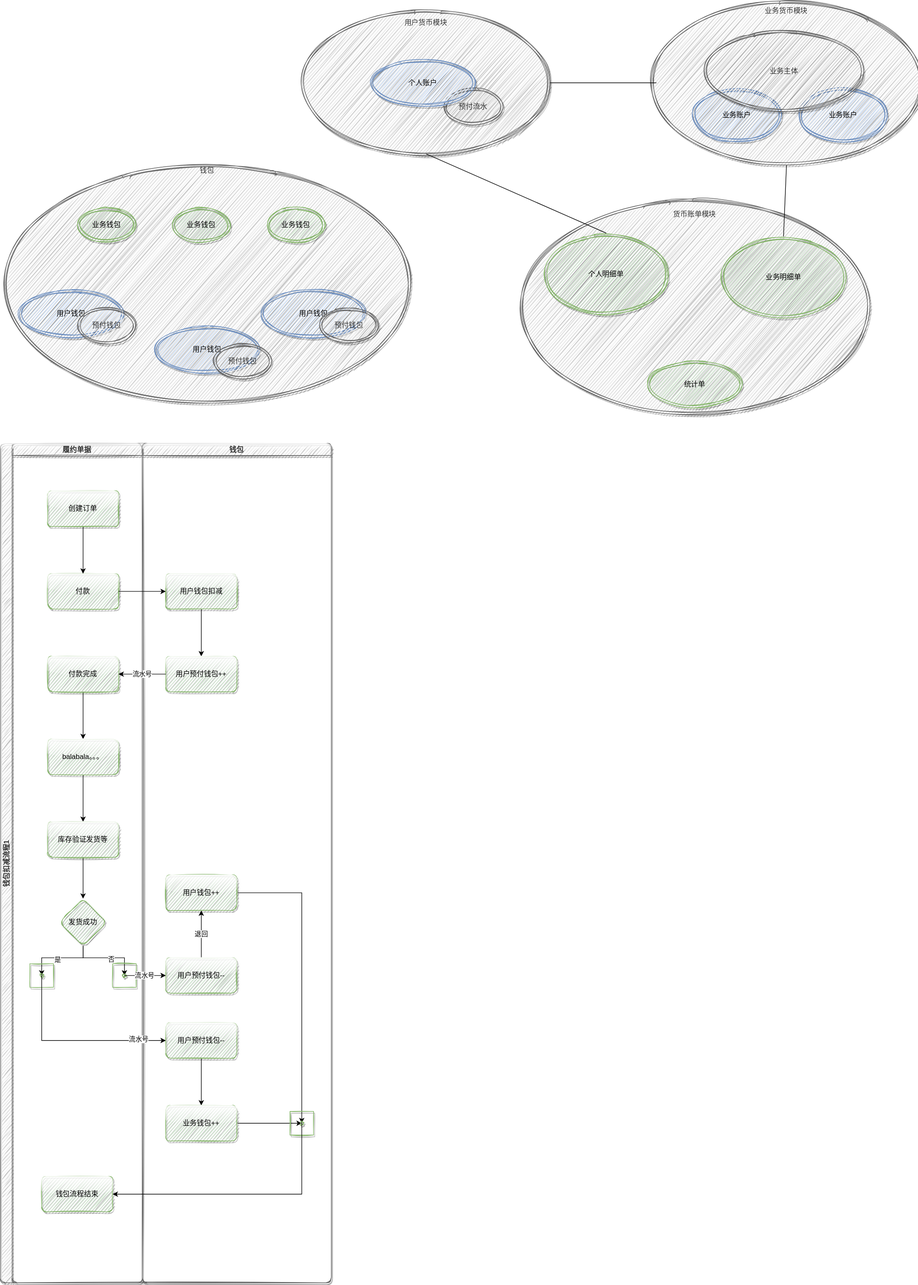
fsdmp/diagrams keeps this draw.io diagram as wb_qianbao.drawio.svg. Above is the earlier version. Source tidied: cells renumbered, new cells last; positions are measured from the earlier drawing's top-left corner, leaving out a move shared by most shapes.
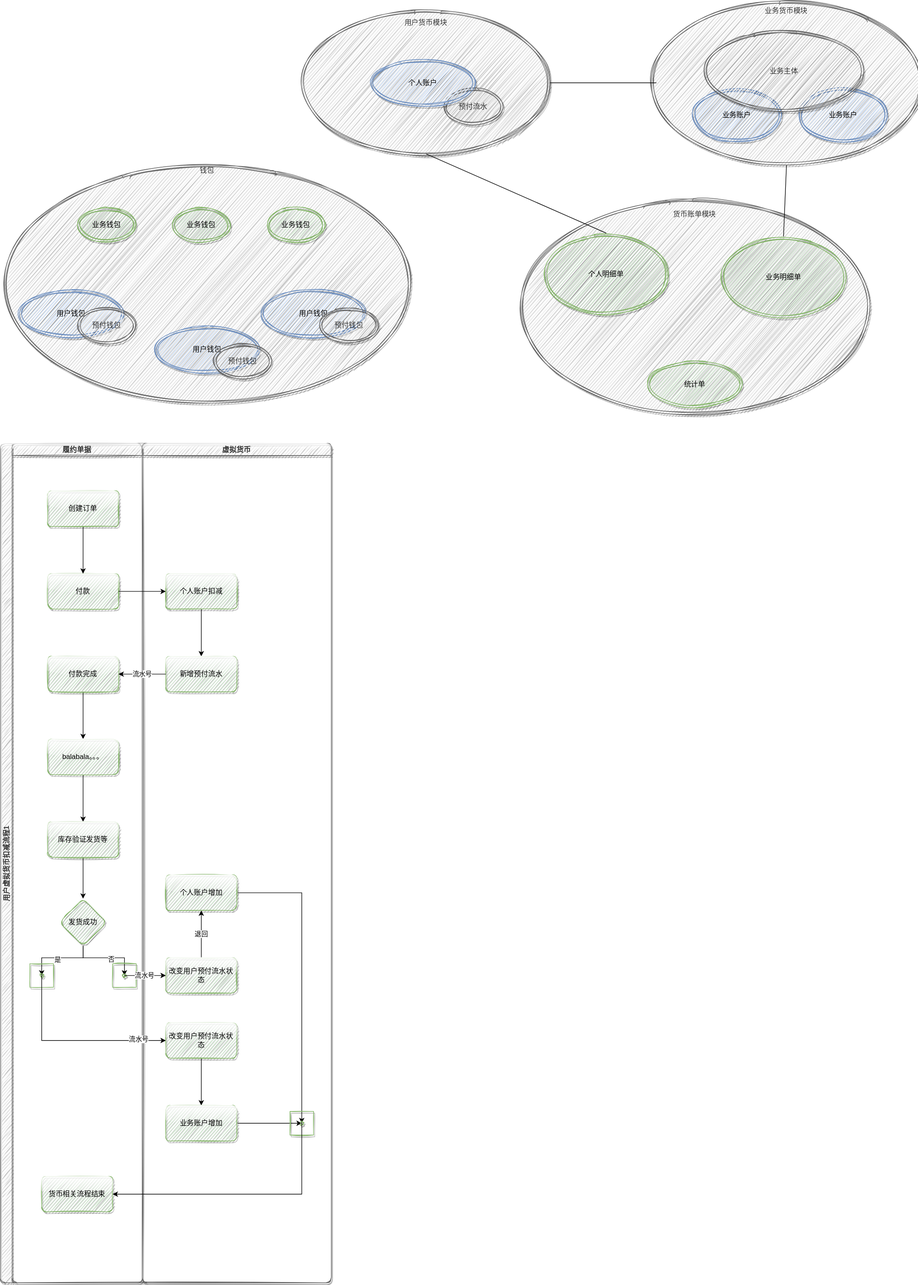
After the change.

What changed in the source:
```diff
@@ -2,7 +2,7 @@
   <root>
     <mxCell id="0" />
     <mxCell id="1" parent="0" />
-    <mxCell id="2" value="钱包扣减流程1" style="swimlane;startSize=20;horizontal=0;rounded=1;shadow=1;sketch=1;glass=1;fillColor=#f5f5f5;strokeColor=#666666;fontColor=#333333;" parent="1" vertex="1">
+    <mxCell id="2" value="用户虚拟货币扣减流程1" style="swimlane;startSize=20;horizontal=0;rounded=1;shadow=1;sketch=1;glass=1;fillColor=#f5f5f5;strokeColor=#666666;fontColor=#333333;" parent="1" vertex="1">
       <mxGeometry y="750" width="560" height="1420" as="geometry" />
     </mxCell>
     <mxCell id="3" value="履约单据" style="swimlane;startSize=20;rounded=1;shadow=1;sketch=1;glass=1;fillColor=#f5f5f5;fontColor=#333333;strokeColor=#666666;" parent="2" vertex="1">
@@ -60,43 +60,43 @@
     <mxCell id="17" style="shape=waypoint;sketch=1;size=6;points=[];fillColor=#d5e8d4;perimeter=centerPerimeter;snapToPoint=1;strokeColor=#82b366;rounded=1;shadow=1;glass=1;" parent="3" vertex="1">
       <mxGeometry x="170" y="880" width="40" height="40" as="geometry" />
     </mxCell>
-    <mxCell id="18" value="钱包流程结束" style="whiteSpace=wrap;html=1;strokeColor=#82b366;sketch=1;rounded=1;shadow=1;glass=1;fillColor=#d5e8d4;" parent="3" vertex="1">
+    <mxCell id="18" value="货币相关流程结束" style="whiteSpace=wrap;html=1;strokeColor=#82b366;sketch=1;rounded=1;shadow=1;glass=1;fillColor=#d5e8d4;" parent="3" vertex="1">
       <mxGeometry x="50" y="1240" width="120" height="60" as="geometry" />
     </mxCell>
-    <mxCell id="19" value="钱包" style="swimlane;startSize=20;fillColor=#f5f5f5;fontColor=#333333;strokeColor=#666666;rounded=1;shadow=1;sketch=1;glass=1;" parent="2" vertex="1">
+    <mxCell id="19" value="虚拟货币" style="swimlane;startSize=20;fillColor=#f5f5f5;fontColor=#333333;strokeColor=#666666;rounded=1;shadow=1;sketch=1;glass=1;" parent="2" vertex="1">
       <mxGeometry x="240" width="320" height="1420" as="geometry" />
     </mxCell>
     <mxCell id="20" style="edgeStyle=orthogonalEdgeStyle;rounded=0;jettySize=auto;html=1;" parent="19" edge="1" source="21" target="22">
       <mxGeometry relative="1" as="geometry" />
     </mxCell>
-    <mxCell id="21" value="用户钱包扣减" style="rounded=1;whiteSpace=wrap;html=1;strokeColor=#82b366;shadow=1;glass=1;sketch=1;fillColor=#d5e8d4;" parent="19" vertex="1">
+    <mxCell id="21" value="个人账户扣减" style="rounded=1;whiteSpace=wrap;html=1;strokeColor=#82b366;shadow=1;glass=1;sketch=1;fillColor=#d5e8d4;" parent="19" vertex="1">
       <mxGeometry x="40" y="220" width="120" height="60" as="geometry" />
     </mxCell>
-    <mxCell id="22" value="用户预付钱包++" style="rounded=1;whiteSpace=wrap;html=1;strokeColor=#82b366;shadow=1;glass=1;sketch=1;fillColor=#d5e8d4;" parent="19" vertex="1">
+    <mxCell id="22" value="新增预付流水" style="rounded=1;whiteSpace=wrap;html=1;strokeColor=#82b366;shadow=1;glass=1;sketch=1;fillColor=#d5e8d4;" parent="19" vertex="1">
       <mxGeometry x="40" y="360" width="120" height="60" as="geometry" />
     </mxCell>
     <mxCell id="23" style="edgeStyle=orthogonalEdgeStyle;rounded=0;jettySize=auto;html=1;" parent="19" edge="1" source="24" target="26">
       <mxGeometry relative="1" as="geometry" />
     </mxCell>
-    <mxCell id="24" value="用户预付钱包--" style="whiteSpace=wrap;html=1;strokeColor=#82b366;sketch=1;rounded=1;shadow=1;glass=1;fillColor=#d5e8d4;" parent="19" vertex="1">
+    <mxCell id="24" value="改变用户预付流水状态" style="whiteSpace=wrap;html=1;strokeColor=#82b366;sketch=1;rounded=1;shadow=1;glass=1;fillColor=#d5e8d4;" parent="19" vertex="1">
       <mxGeometry x="40" y="980" width="120" height="60" as="geometry" />
     </mxCell>
     <mxCell id="25" style="edgeStyle=orthogonalEdgeStyle;rounded=0;jettySize=auto;html=1;" parent="19" edge="1" source="26" target="31">
       <mxGeometry relative="1" as="geometry" />
     </mxCell>
-    <mxCell id="26" value="业务钱包++" style="whiteSpace=wrap;html=1;strokeColor=#82b366;sketch=1;rounded=1;shadow=1;glass=1;fillColor=#d5e8d4;" parent="19" vertex="1">
+    <mxCell id="26" value="业务账户增加" style="whiteSpace=wrap;html=1;strokeColor=#82b366;sketch=1;rounded=1;shadow=1;glass=1;fillColor=#d5e8d4;" parent="19" vertex="1">
       <mxGeometry x="40" y="1120" width="120" height="60" as="geometry" />
     </mxCell>
     <mxCell id="27" value="退回" style="edgeStyle=orthogonalEdgeStyle;rounded=0;jettySize=auto;html=1;" parent="19" edge="1" source="28" target="30">
       <mxGeometry relative="1" as="geometry" />
     </mxCell>
-    <mxCell id="28" value="用户预付钱包--" style="whiteSpace=wrap;html=1;strokeColor=#82b366;sketch=1;rounded=1;shadow=1;glass=1;fillColor=#d5e8d4;" parent="19" vertex="1">
+    <mxCell id="28" value="改变用户预付流水状态" style="whiteSpace=wrap;html=1;strokeColor=#82b366;sketch=1;rounded=1;shadow=1;glass=1;fillColor=#d5e8d4;" parent="19" vertex="1">
       <mxGeometry x="40" y="870" width="120" height="60" as="geometry" />
     </mxCell>
     <mxCell id="29" style="edgeStyle=orthogonalEdgeStyle;rounded=0;jettySize=auto;html=1;entryX=0.6;entryY=0.475;entryDx=0;entryDy=0;entryPerimeter=0;" parent="19" edge="1" source="30" target="31">
       <mxGeometry relative="1" as="geometry" />
     </mxCell>
-    <mxCell id="30" value="用户钱包++" style="whiteSpace=wrap;html=1;strokeColor=#82b366;sketch=1;rounded=1;shadow=1;glass=1;fillColor=#d5e8d4;" parent="19" vertex="1">
+    <mxCell id="30" value="个人账户增加" style="whiteSpace=wrap;html=1;strokeColor=#82b366;sketch=1;rounded=1;shadow=1;glass=1;fillColor=#d5e8d4;" parent="19" vertex="1">
       <mxGeometry x="40" y="730" width="120" height="60" as="geometry" />
     </mxCell>
     <mxCell id="31" style="shape=waypoint;sketch=1;size=6;points=[];fillColor=#d5e8d4;perimeter=centerPerimeter;snapToPoint=1;strokeColor=#82b366;rounded=1;shadow=1;glass=1;" parent="19" vertex="1">
```
